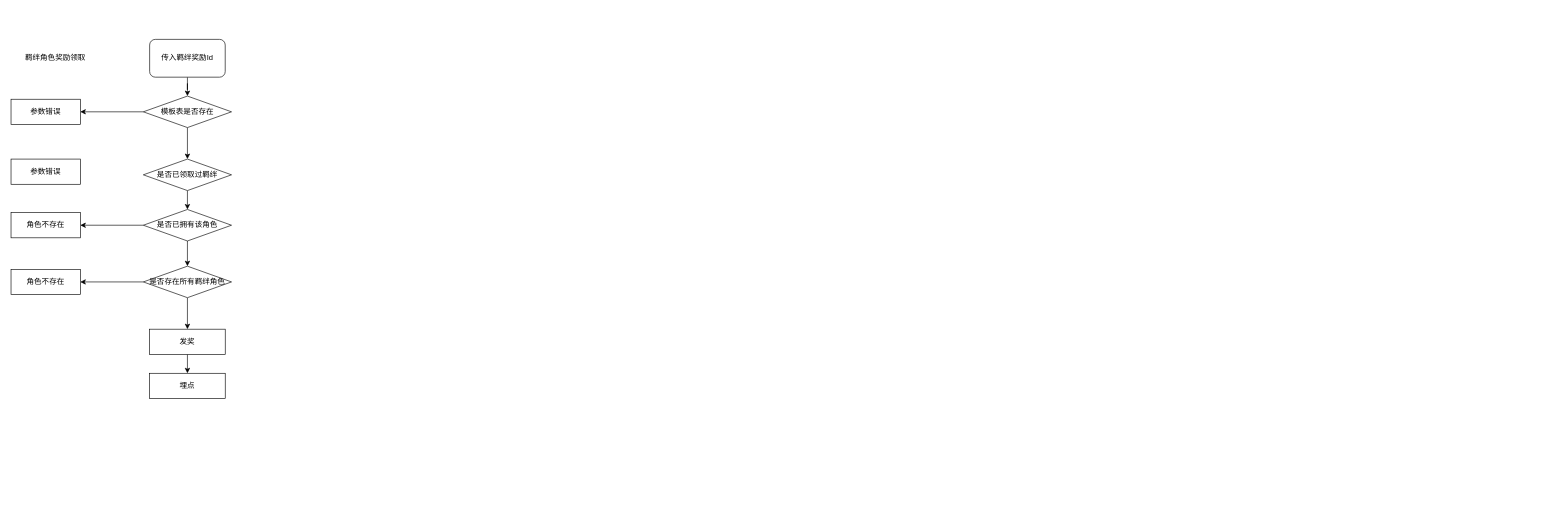
Earlier version of the draw.io diagram SSJJ2/局外系统.drawio (Ordertiny/graph). Source tidied: cells renumbered, new cells numbered last; positions are measured from the earlier drawing's top-left corner, leaving out a move shared by most shapes. Both pictures are drawn from the tidied source at 63%, with x=0, y=0 at pixel (11, 39).
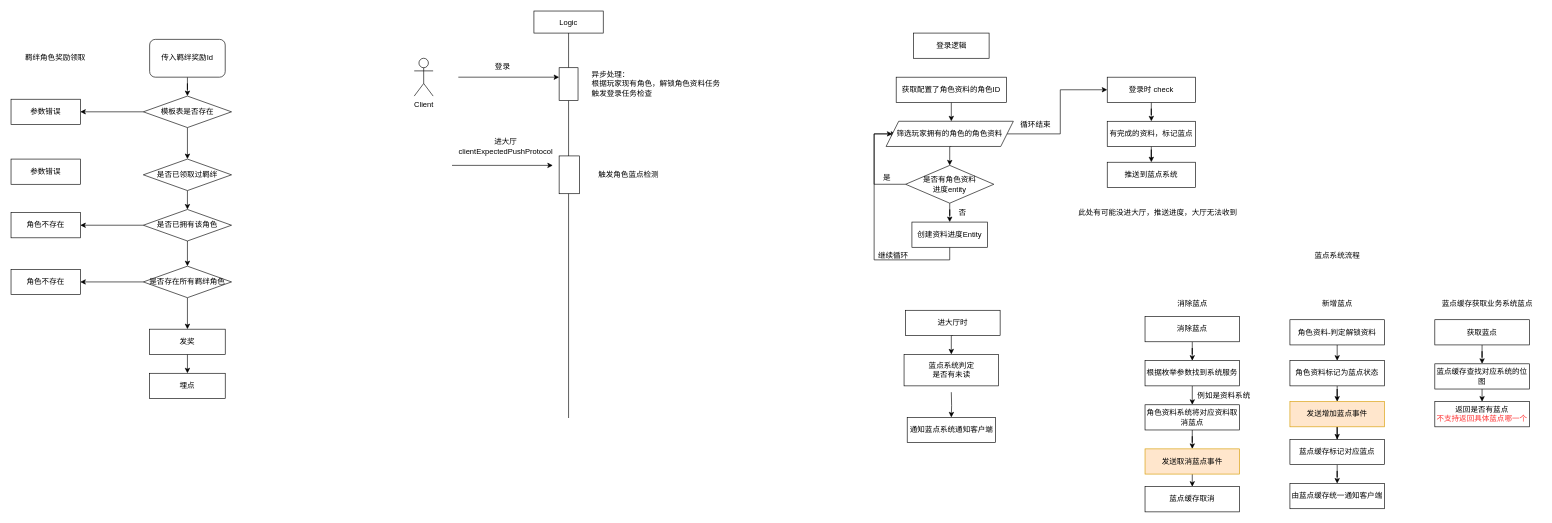
After the change.

Commit message:
更新局外系统.drawio

Diff of the diagram source:
```diff
@@
+    <mxCell id="23" value="Logic" style="rounded=0;whiteSpace=wrap;html=1;" parent="1" vertex="1">
+      <mxGeometry x="830" y="-45" width="110" height="35" as="geometry" />
+    </mxCell>
+    <mxCell id="24" value="Client" style="shape=umlActor;verticalLabelPosition=bottom;verticalAlign=top;html=1;" parent="1" vertex="1">
+      <mxGeometry x="640" y="30" width="30" height="60" as="geometry" />
+    </mxCell>
+    <mxCell id="25" style="endArrow=none;html=1;rounded=0;entryX=0.5;entryY=1;entryDx=0;entryDy=0;" parent="1" edge="1" source="29" target="23">
+      <mxGeometry relative="1" as="geometry" />
+    </mxCell>
+    <mxCell id="26" style="endArrow=classic;html=1;rounded=0;" parent="1" edge="1">
+      <mxGeometry relative="1" as="geometry">
+        <mxPoint x="710" y="60" as="sourcePoint" />
+        <mxPoint x="870" y="60" as="targetPoint" />
+      </mxGeometry>
+    </mxCell>
+    <mxCell id="27" value="登录" style="text;html=1;align=center;verticalAlign=middle;strokeColor=none;fillColor=none;" parent="1" vertex="1">
+      <mxGeometry x="755" y="28" width="50" height="30" as="geometry" />
+    </mxCell>
+    <mxCell id="28" style="endArrow=none;html=1;rounded=0;entryX=0.5;entryY=1;entryDx=0;entryDy=0;" parent="1" edge="1" target="29">
+      <mxGeometry relative="1" as="geometry">
+        <mxPoint x="885" y="601" as="sourcePoint" />
+      </mxGeometry>
+    </mxCell>
+    <mxCell id="29" style="rounded=0;whiteSpace=wrap;html=1;" parent="1" vertex="1">
+      <mxGeometry x="870" y="45" width="30" height="52" as="geometry" />
+    </mxCell>
+    <mxCell id="30" value="异步处理：&lt;br&gt;根据玩家现有角色，解锁角色资料任务&lt;br&gt;触发登录任务检查" style="text;html=1;align=left;verticalAlign=middle;strokeColor=none;fillColor=none;" parent="1" vertex="1">
+      <mxGeometry x="920" y="41" width="230" height="60" as="geometry" />
+    </mxCell>
+    <mxCell id="31" style="endArrow=classic;html=1;rounded=0;" parent="1" edge="1">
+      <mxGeometry relative="1" as="geometry">
+        <mxPoint x="700" y="200" as="sourcePoint" />
+        <mxPoint x="860" y="200" as="targetPoint" />
+      </mxGeometry>
+    </mxCell>
+    <mxCell id="32" value="进大厅&lt;br&gt;clientExpectedPushProtocol" style="text;html=1;align=center;verticalAlign=middle;strokeColor=none;fillColor=none;" parent="1" vertex="1">
+      <mxGeometry x="700" y="150" width="170" height="40" as="geometry" />
+    </mxCell>
+    <mxCell id="33" style="rounded=0;whiteSpace=wrap;html=1;" parent="1" vertex="1">
+      <mxGeometry x="870" y="185" width="32.5" height="60" as="geometry" />
+    </mxCell>
+    <mxCell id="34" value="触发角色蓝点检测" style="text;html=1;align=center;verticalAlign=middle;strokeColor=none;fillColor=none;" parent="1" vertex="1">
+      <mxGeometry x="920" y="200" width="120" height="30" as="geometry" />
+    </mxCell>
+    <mxCell id="35" value="登录逻辑" style="whiteSpace=wrap;html=1;" parent="1" vertex="1">
+      <mxGeometry x="1432.5" y="-10" width="120" height="40" as="geometry" />
+    </mxCell>
+    <mxCell id="36" style="edgeStyle=orthogonalEdgeStyle;rounded=0;jettySize=auto;html=1;exitX=0.5;exitY=1;exitDx=0;exitDy=0;entryX=0.5;entryY=0;entryDx=0;entryDy=0;" parent="1" edge="1" source="37">
+      <mxGeometry relative="1" as="geometry">
+        <mxPoint x="1492.5" y="130" as="targetPoint" />
+      </mxGeometry>
+    </mxCell>
+    <mxCell id="37" value="获取配置了角色资料的角色ID" style="whiteSpace=wrap;html=1;" parent="1" vertex="1">
+      <mxGeometry x="1405" y="60" width="175" height="40" as="geometry" />
+    </mxCell>
+    <mxCell id="38" style="edgeStyle=orthogonalEdgeStyle;rounded=0;jettySize=auto;html=1;exitX=0.5;exitY=1;exitDx=0;exitDy=0;entryX=0.5;entryY=0;entryDx=0;entryDy=0;" parent="1" edge="1" target="41">
+      <mxGeometry relative="1" as="geometry">
+        <mxPoint x="1492.5" y="170" as="sourcePoint" />
+      </mxGeometry>
+    </mxCell>
+    <mxCell id="39" style="edgeStyle=orthogonalEdgeStyle;rounded=0;jettySize=auto;html=1;" parent="1" edge="1" source="41" target="43">
+      <mxGeometry relative="1" as="geometry" />
+    </mxCell>
+    <mxCell id="40" style="edgeStyle=orthogonalEdgeStyle;rounded=0;jettySize=auto;html=1;exitX=0;exitY=0.5;exitDx=0;exitDy=0;entryX=0;entryY=0.5;entryDx=0;entryDy=0;" parent="1" edge="1" source="41">
+      <mxGeometry relative="1" as="geometry">
+        <mxPoint x="1405" y="150" as="targetPoint" />
+        <Array as="points">
+          <mxPoint x="1370" y="230" />
+          <mxPoint x="1370" y="150" />
+        </Array>
+      </mxGeometry>
+    </mxCell>
+    <mxCell id="41" value="是否有角色资料&lt;br&gt;进度entity" style="rhombus;whiteSpace=wrap;html=1;" parent="1" vertex="1">
+      <mxGeometry x="1420" y="200" width="140" height="60" as="geometry" />
+    </mxCell>
+    <mxCell id="42" style="edgeStyle=orthogonalEdgeStyle;rounded=0;jettySize=auto;html=1;exitX=0.5;exitY=1;exitDx=0;exitDy=0;entryX=0;entryY=0.5;entryDx=0;entryDy=0;" parent="1" edge="1" source="43" target="65">
+      <mxGeometry relative="1" as="geometry">
+        <Array as="points">
+          <mxPoint x="1490" y="350" />
+          <mxPoint x="1370" y="350" />
+          <mxPoint x="1370" y="150" />
+          <mxPoint x="1399" y="150" />
+        </Array>
+      </mxGeometry>
+    </mxCell>
+    <mxCell id="43" value="创建资料进度Entity" style="whiteSpace=wrap;html=1;" parent="1" vertex="1">
+      <mxGeometry x="1430" y="290" width="120" height="40" as="geometry" />
+    </mxCell>
+    <mxCell id="44" style="edgeStyle=orthogonalEdgeStyle;rounded=0;jettySize=auto;html=1;exitX=0.5;exitY=1;exitDx=0;exitDy=0;" parent="1" edge="1" source="45" target="47">
+      <mxGeometry relative="1" as="geometry" />
+    </mxCell>
+    <mxCell id="45" value="登录时 check" style="whiteSpace=wrap;html=1;" parent="1" vertex="1">
+      <mxGeometry x="1740" y="60" width="140" height="40" as="geometry" />
+    </mxCell>
+    <mxCell id="46" style="edgeStyle=orthogonalEdgeStyle;rounded=0;jettySize=auto;html=1;exitX=0.5;exitY=1;exitDx=0;exitDy=0;" parent="1" edge="1" source="47" target="48">
+      <mxGeometry relative="1" as="geometry" />
+    </mxCell>
+    <mxCell id="47" value="有完成的资料，标记蓝点" style="whiteSpace=wrap;html=1;" parent="1" vertex="1">
+      <mxGeometry x="1740" y="130" width="140" height="40" as="geometry" />
+    </mxCell>
+    <mxCell id="48" value="推送到蓝点系统" style="whiteSpace=wrap;html=1;" parent="1" vertex="1">
+      <mxGeometry x="1740" y="195" width="140" height="40" as="geometry" />
+    </mxCell>
+    <mxCell id="49" style="edgeStyle=orthogonalEdgeStyle;rounded=0;jettySize=auto;html=1;exitX=0.5;exitY=1;exitDx=0;exitDy=0;entryX=0.5;entryY=0;entryDx=0;entryDy=0;" parent="1" edge="1" source="50">
+      <mxGeometry relative="1" as="geometry">
+        <mxPoint x="1492.5" y="500" as="targetPoint" />
+      </mxGeometry>
+    </mxCell>
+    <mxCell id="50" value="进大厅时" style="whiteSpace=wrap;html=1;" parent="1" vertex="1">
+      <mxGeometry x="1420" y="430" width="150" height="40" as="geometry" />
+    </mxCell>
+    <mxCell id="51" value="通知蓝点系统通知客户端" style="whiteSpace=wrap;html=1;" parent="1" vertex="1">
+      <mxGeometry x="1422.5" y="600" width="140" height="40" as="geometry" />
+    </mxCell>
+    <mxCell id="52" style="edgeStyle=orthogonalEdgeStyle;rounded=0;jettySize=auto;html=1;exitX=0.5;exitY=1;exitDx=0;exitDy=0;" parent="1" edge="1" target="51">
+      <mxGeometry relative="1" as="geometry">
+        <mxPoint x="1492.5" y="560" as="sourcePoint" />
+      </mxGeometry>
+    </mxCell>
+    <mxCell id="53" style="edgeStyle=orthogonalEdgeStyle;rounded=0;jettySize=auto;html=1;exitX=0.5;exitY=1;exitDx=0;exitDy=0;" parent="1" edge="1" source="54" target="56">
+      <mxGeometry relative="1" as="geometry" />
+    </mxCell>
+    <mxCell id="54" value="消除蓝点" style="whiteSpace=wrap;html=1;" parent="1" vertex="1">
+      <mxGeometry x="1800" y="440" width="150" height="40" as="geometry" />
+    </mxCell>
+    <mxCell id="55" style="edgeStyle=orthogonalEdgeStyle;rounded=0;jettySize=auto;html=1;exitX=0.5;exitY=1;exitDx=0;exitDy=0;entryX=0.5;entryY=0;entryDx=0;entryDy=0;" parent="1" edge="1" source="56" target="58">
+      <mxGeometry relative="1" as="geometry" />
+    </mxCell>
+    <mxCell id="56" value="根据枚举参数找到系统服务" style="whiteSpace=wrap;html=1;" parent="1" vertex="1">
+      <mxGeometry x="1800" y="510" width="150" height="40" as="geometry" />
+    </mxCell>
+    <mxCell id="57" style="edgeStyle=orthogonalEdgeStyle;rounded=0;jettySize=auto;html=1;" parent="1" edge="1" source="58" target="60">
+      <mxGeometry relative="1" as="geometry" />
+    </mxCell>
+    <mxCell id="58" value="角色资料系统将对应资料取消蓝点" style="rounded=0;whiteSpace=wrap;html=1;" parent="1" vertex="1">
+      <mxGeometry x="1800" y="580" width="150" height="40" as="geometry" />
+    </mxCell>
+    <mxCell id="59" style="edgeStyle=orthogonalEdgeStyle;rounded=0;jettySize=auto;html=1;exitX=0.5;exitY=1;exitDx=0;exitDy=0;entryX=0.5;entryY=0;entryDx=0;entryDy=0;" parent="1" edge="1" source="60" target="70">
+      <mxGeometry relative="1" as="geometry" />
+    </mxCell>
+    <mxCell id="60" value="发送取消蓝点事件" style="rounded=0;whiteSpace=wrap;html=1;fillColor=#ffe6cc;strokeColor=#d79b00;" parent="1" vertex="1">
+      <mxGeometry x="1800" y="650" width="150" height="40" as="geometry" />
+    </mxCell>
+    <mxCell id="61" value="此处有可能没进大厅，推送进度，大厅无法收到" style="text;html=1;align=center;verticalAlign=middle;strokeColor=none;fillColor=none;" parent="1" vertex="1">
+      <mxGeometry x="1680" y="260" width="280" height="30" as="geometry" />
+    </mxCell>
+    <mxCell id="62" value="是" style="text;html=1;align=center;verticalAlign=middle;strokeColor=none;fillColor=none;" parent="1" vertex="1">
+      <mxGeometry x="1370" y="205" width="40" height="30" as="geometry" />
+    </mxCell>
+    <mxCell id="63" value="否" style="text;html=1;align=center;verticalAlign=middle;strokeColor=none;fillColor=none;" parent="1" vertex="1">
+      <mxGeometry x="1490" y="260" width="40" height="30" as="geometry" />
+    </mxCell>
+    <mxCell id="64" style="edgeStyle=orthogonalEdgeStyle;rounded=0;jettySize=auto;html=1;exitX=1;exitY=0.5;exitDx=0;exitDy=0;entryX=0;entryY=0.5;entryDx=0;entryDy=0;" parent="1" edge="1" source="65" target="45">
+      <mxGeometry relative="1" as="geometry" />
+    </mxCell>
+    <mxCell id="65" value="筛选玩家拥有的角色的角色资料" style="shape=parallelogram;perimeter=parallelogramPerimeter;whiteSpace=wrap;html=1;fixedSize=1;" parent="1" vertex="1">
+      <mxGeometry x="1389" y="130" width="202" height="40" as="geometry" />
+    </mxCell>
+    <mxCell id="66" value="继续循环" style="text;html=1;align=center;verticalAlign=middle;strokeColor=none;fillColor=none;" parent="1" vertex="1">
+      <mxGeometry x="1365" y="328" width="70" height="30" as="geometry" />
+    </mxCell>
+    <mxCell id="67" value="循环结束" style="text;html=1;align=center;verticalAlign=middle;strokeColor=none;fillColor=none;" parent="1" vertex="1">
+      <mxGeometry x="1591" y="120" width="70" height="30" as="geometry" />
+    </mxCell>
+    <mxCell id="68" value="&lt;div&gt;蓝点系统判定&lt;/div&gt;&lt;div&gt;是否有未读&lt;/div&gt;" style="rounded=0;whiteSpace=wrap;html=1;" parent="1" vertex="1">
+      <mxGeometry x="1417.5" y="500" width="150" height="50" as="geometry" />
+    </mxCell>
+    <mxCell id="69" value="例如是资料系统" style="text;html=1;align=center;verticalAlign=middle;strokeColor=none;fillColor=none;" parent="1" vertex="1">
+      <mxGeometry x="1870" y="550" width="110" height="30" as="geometry" />
+    </mxCell>
+    <mxCell id="70" value="蓝点缓存取消" style="rounded=0;whiteSpace=wrap;html=1;" parent="1" vertex="1">
+      <mxGeometry x="1800" y="710" width="150" height="40" as="geometry" />
+    </mxCell>
+    <mxCell id="71" style="edgeStyle=orthogonalEdgeStyle;rounded=0;jettySize=auto;html=1;exitX=0.5;exitY=1;exitDx=0;exitDy=0;entryX=0.5;entryY=0;entryDx=0;entryDy=0;" parent="1" edge="1" source="72" target="74">
+      <mxGeometry relative="1" as="geometry" />
+    </mxCell>
+    <mxCell id="72" value="角色资料-判定解锁资料" style="whiteSpace=wrap;html=1;" parent="1" vertex="1">
+      <mxGeometry x="2030" y="445" width="150" height="40" as="geometry" />
+    </mxCell>
+    <mxCell id="73" style="edgeStyle=orthogonalEdgeStyle;rounded=0;jettySize=auto;html=1;exitX=0.5;exitY=1;exitDx=0;exitDy=0;" parent="1" edge="1" source="74" target="76">
+      <mxGeometry relative="1" as="geometry" />
+    </mxCell>
+    <mxCell id="74" value="角色资料标记为蓝点状态" style="whiteSpace=wrap;html=1;" parent="1" vertex="1">
+      <mxGeometry x="2030" y="510" width="150" height="40" as="geometry" />
+    </mxCell>
+    <mxCell id="75" style="edgeStyle=orthogonalEdgeStyle;rounded=0;jettySize=auto;html=1;exitX=0.5;exitY=1;exitDx=0;exitDy=0;" parent="1" edge="1" source="76" target="78">
+      <mxGeometry relative="1" as="geometry" />
+    </mxCell>
+    <mxCell id="76" value="发送增加蓝点事件" style="whiteSpace=wrap;html=1;fillColor=#ffe6cc;strokeColor=#d79b00;" parent="1" vertex="1">
+      <mxGeometry x="2030" y="575" width="150" height="40" as="geometry" />
+    </mxCell>
+    <mxCell id="77" style="edgeStyle=orthogonalEdgeStyle;rounded=0;jettySize=auto;html=1;exitX=0.5;exitY=1;exitDx=0;exitDy=0;" parent="1" edge="1" source="78" target="86">
+      <mxGeometry relative="1" as="geometry" />
+    </mxCell>
+    <mxCell id="78" value="蓝点缓存标记对应蓝点" style="rounded=0;whiteSpace=wrap;html=1;" parent="1" vertex="1">
+      <mxGeometry x="2030" y="635" width="150" height="40" as="geometry" />
+    </mxCell>
+    <mxCell id="79" style="edgeStyle=orthogonalEdgeStyle;rounded=0;jettySize=auto;html=1;exitX=0.5;exitY=1;exitDx=0;exitDy=0;" parent="1" edge="1" source="80" target="82">
+      <mxGeometry relative="1" as="geometry" />
+    </mxCell>
+    <mxCell id="80" value="获取蓝点" style="whiteSpace=wrap;html=1;" parent="1" vertex="1">
+      <mxGeometry x="2260" y="445" width="150" height="40" as="geometry" />
+    </mxCell>
+    <mxCell id="81" style="edgeStyle=orthogonalEdgeStyle;rounded=0;jettySize=auto;html=1;exitX=0.5;exitY=1;exitDx=0;exitDy=0;entryX=0.5;entryY=0;entryDx=0;entryDy=0;" parent="1" edge="1" source="82" target="85">
+      <mxGeometry relative="1" as="geometry" />
+    </mxCell>
+    <mxCell id="82" value="蓝点缓存查找对应系统的位图" style="whiteSpace=wrap;html=1;" parent="1" vertex="1">
+      <mxGeometry x="2260" y="515" width="150" height="40" as="geometry" />
+    </mxCell>
+    <mxCell id="83" value="新增蓝点" style="text;html=1;align=center;verticalAlign=middle;strokeColor=none;fillColor=none;" parent="1" vertex="1">
+      <mxGeometry x="2070" y="405" width="70" height="30" as="geometry" />
+    </mxCell>
+    <mxCell id="84" value="蓝点缓存获取业务系统蓝点" style="text;html=1;align=center;verticalAlign=middle;strokeColor=none;fillColor=none;" parent="1" vertex="1">
+      <mxGeometry x="2258" y="405" width="170" height="30" as="geometry" />
+    </mxCell>
+    <mxCell id="85" value="返回是否有蓝点&lt;br&gt;&lt;font color=&quot;#ff3333&quot;&gt;不支持返回具体蓝点哪一个&lt;/font&gt;" style="whiteSpace=wrap;html=1;" parent="1" vertex="1">
+      <mxGeometry x="2260" y="575" width="150" height="40" as="geometry" />
+    </mxCell>
+    <mxCell id="86" value="由蓝点缓存统一通知客户端" style="rounded=0;whiteSpace=wrap;html=1;" parent="1" vertex="1">
+      <mxGeometry x="2030" y="705" width="150" height="40" as="geometry" />
+    </mxCell>
+    <mxCell id="87" value="消除蓝点" style="text;html=1;align=center;verticalAlign=middle;strokeColor=none;fillColor=none;" parent="1" vertex="1">
+      <mxGeometry x="1840" y="405" width="70" height="30" as="geometry" />
+    </mxCell>
+    <mxCell id="88" value="蓝点系统流程" style="text;html=1;align=center;verticalAlign=middle;strokeColor=none;fillColor=none;" parent="1" vertex="1">
+      <mxGeometry x="2055" y="328" width="100" height="30" as="geometry" />
+    </mxCell>
```
